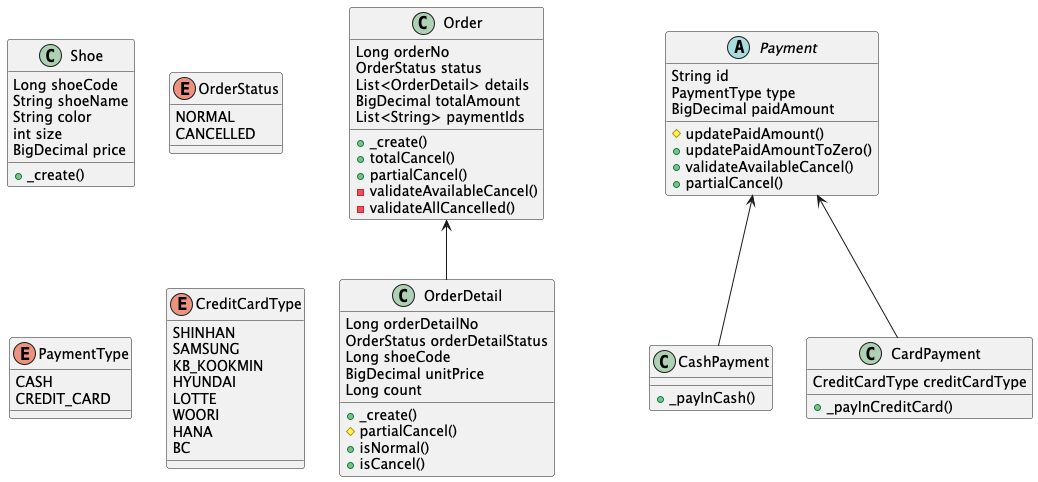
Earlier version of the PlantUML export docs/DomainStructure.png (ABC-Mart-Owners-club/namjoon-shoe-store).
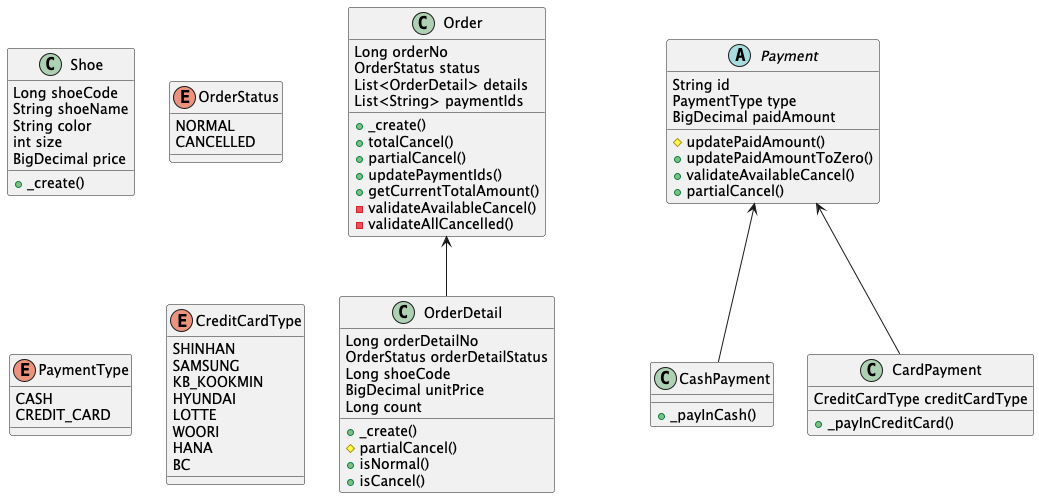
The same diagram one commit later.

Commit message:
Feature : [#5] update domain structure

Diff of the diagram source:
```diff
@@ -1,6 +1,4 @@
 @startuml
-
-
 
 class Shoe {
 Long shoeCode
@@ -20,11 +18,12 @@
 Long orderNo
 OrderStatus status
 List<OrderDetail> details
-BigDecimal totalAmount
 List<String> paymentIds
 + _create()
 + totalCancel()
 + partialCancel()
++ updatePaymentIds()
++ getCurrentTotalAmount()
 - validateAvailableCancel()
 - validateAllCancelled()
 }
```
